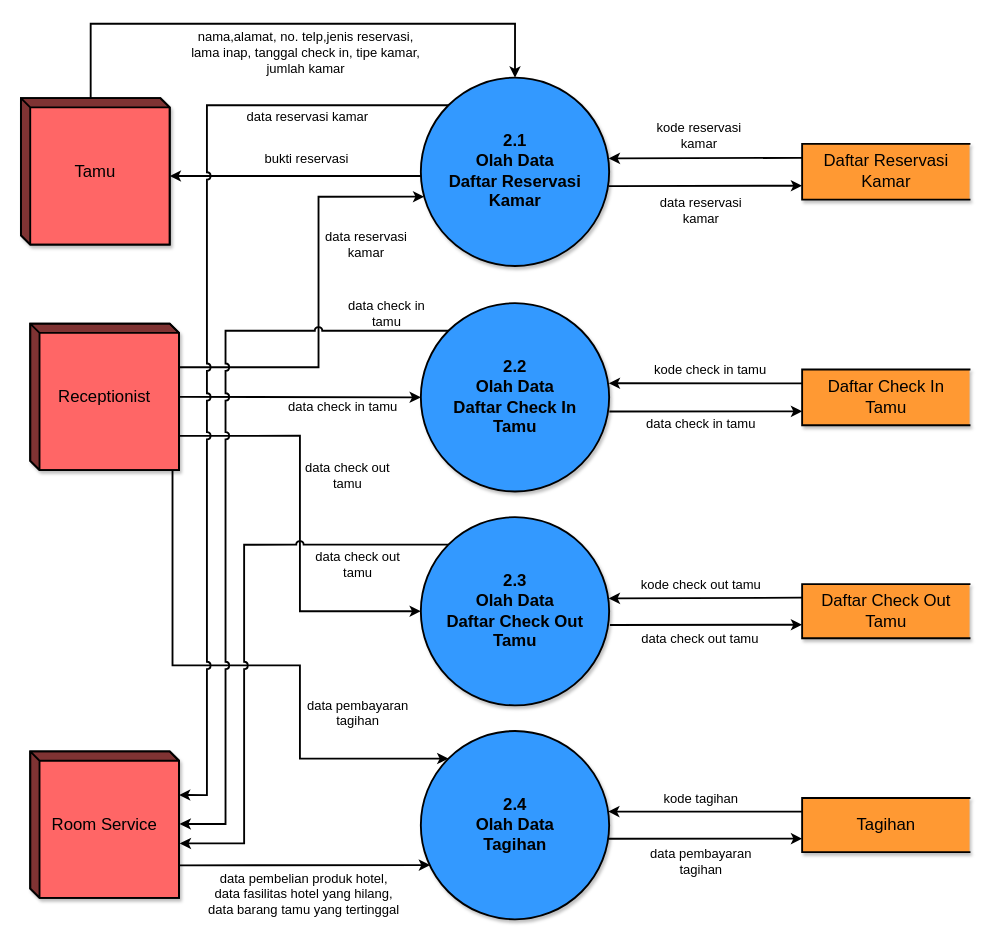
This is page "DFD LVL 2 Process 2 - Olah Data Dokumen" (5 of 7) of Sistem Pemesanan Kamar Hotel - Data Flow Diagram.drawio from trueazp/System-Design-Analysis, a draw.io file, before an edit. Source tidied: cells renumbered, new cells numbered last; positions are measured from the earlier drawing's top-left corner, leaving out a move shared by most shapes. Both pictures are drawn from the tidied source at 93%, with x=0, y=0 at pixel (20, 23).
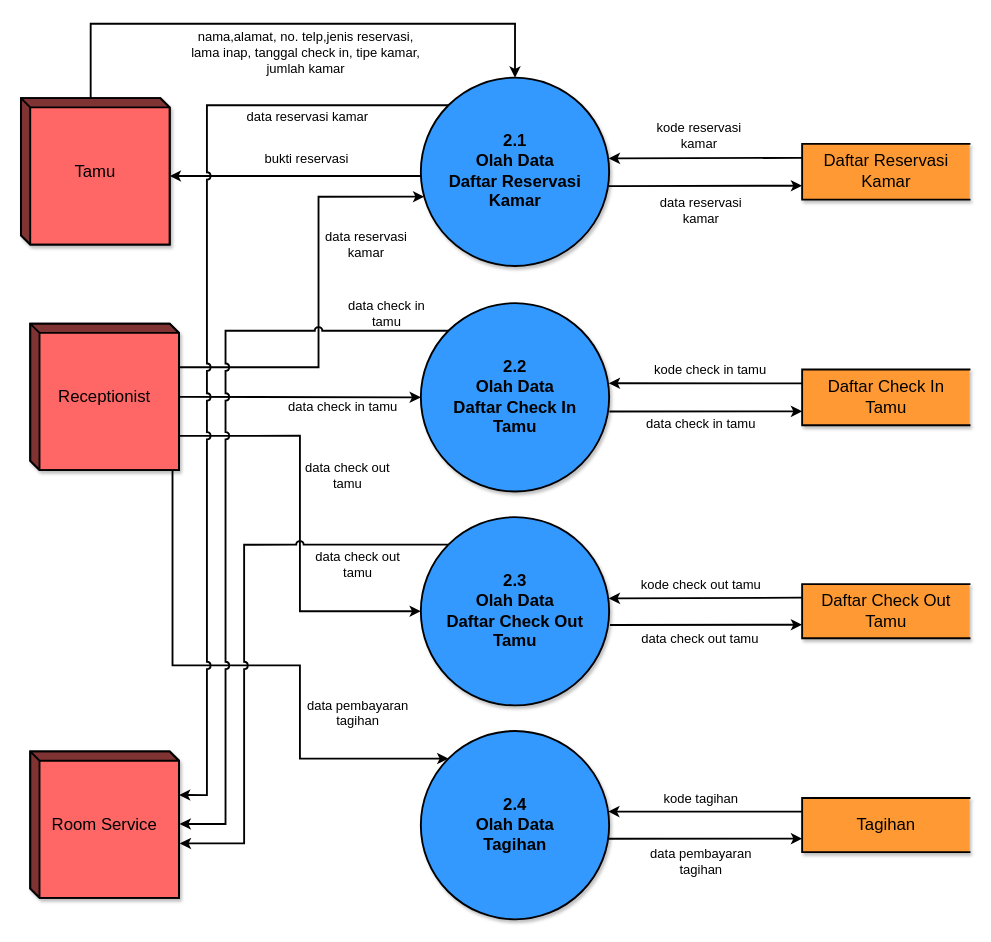
Above is the later version.

Unchanged cells that the change refers to:
```xml
<mxCell id="36" value="2.4&lt;br style=&quot;font-size: 18px&quot;&gt;&lt;div&gt;Olah Data &lt;br&gt;&lt;/div&gt;&lt;div&gt;Tagihan&lt;br&gt; &lt;/div&gt;" style="shape=ellipse;html=1;dashed=0;whitespace=wrap;perimeter=ellipsePerimeter;shadow=1;labelBackgroundColor=none;fontFamily=Helvetica;fontSize=18;strokeWidth=2;fillColor=#3399FF;align=center;fontStyle=1;" parent="1" vertex="1">
  <mxGeometry x="430" y="760.5" width="202.5" height="202.5" as="geometry" />
</mxCell>
<mxCell id="48" value="Room Service" style="html=1;dashed=0;whitespace=wrap;shape=mxgraph.dfd.externalEntity;shadow=1;labelBackgroundColor=none;fontFamily=Helvetica;fontSize=18;strokeWidth=2;fillColor=#FF6666;align=center;whiteSpace=wrap;" parent="1" vertex="1">
  <mxGeometry x="10" y="782.5" width="160" height="157.5" as="geometry" />
</mxCell>
```

Diff of the diagram source:
```diff
@@
-    <mxCell id="46" style="edgeStyle=orthogonalEdgeStyle;rounded=0;jumpStyle=arc;jettySize=auto;html=1;entryX=0.049;entryY=0.712;entryDx=0;entryDy=0;fontSize=14;startArrow=none;startFill=0;endArrow=classic;endFill=1;strokeWidth=2;exitX=0;exitY=0;exitDx=160;exitDy=120.625;exitPerimeter=0;entryPerimeter=0;" parent="1" edge="1" source="48" target="36">
-      <mxGeometry relative="1" as="geometry">
-        <Array as="points">
-          <mxPoint x="170" y="905" />
-          <mxPoint x="300" y="905" />
-        </Array>
-      </mxGeometry>
-    </mxCell>
-    <mxCell id="47" value="data pembelian produk hotel, &lt;br style=&quot;font-size: 14px&quot;&gt;data fasilitas hotel yang hilang, &lt;br style=&quot;font-size: 14px&quot;&gt;data barang tamu yang tertinggal" style="edgeLabel;html=1;align=center;verticalAlign=middle;fontSize=14;labelBackgroundColor=none;" parent="46" vertex="1">
-      <mxGeometry x="-0.12" y="2" relative="1" as="geometry">
-        <mxPoint x="15" y="32" as="offset" />
-      </mxGeometry>
-    </mxCell>
```
